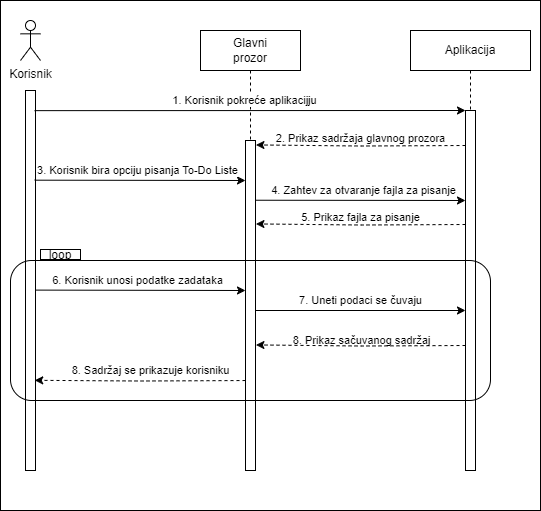
Before: documentation/specific documentation sections/toDoListDiagram.png, a diagram exported from draw.io (jelisavetagavrilovic/kOrganizify). Source tidied: cells renumbered, new cells last; positions are measured from the earlier drawing's top-left corner, leaving out a move shared by most shapes.
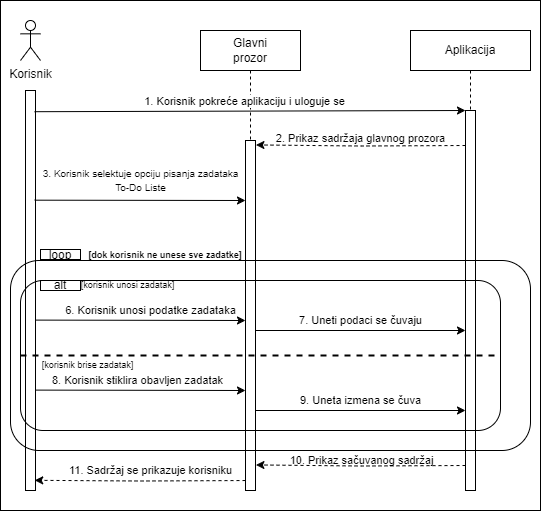
After the change.

Diff of the diagram source:
```diff
@@ -2,21 +2,18 @@
   <root>
     <mxCell id="0" />
     <mxCell id="1" parent="0" />
-    <mxCell id="2" style="rounded=0;whiteSpace=wrap;html=1;fillColor=default;" parent="1" vertex="1">
+    <mxCell id="2" style="rounded=0;whiteSpace=wrap;html=1;fillColor=none;" parent="1" vertex="1">
       <mxGeometry width="540" height="510" as="geometry" />
     </mxCell>
     <mxCell id="3" style="rounded=0;whiteSpace=wrap;html=1;" parent="1" vertex="1">
-      <mxGeometry x="25" y="90" width="10" height="380" as="geometry" />
+      <mxGeometry x="25" y="90" width="10" height="400" as="geometry" />
     </mxCell>
     <mxCell id="4" style="rounded=0;whiteSpace=wrap;html=1;" parent="1" vertex="1">
-      <mxGeometry x="245" y="140" width="10" height="330" as="geometry" />
+      <mxGeometry x="245" y="140" width="10" height="350" as="geometry" />
     </mxCell>
     <mxCell id="5" style="rounded=0;whiteSpace=wrap;html=1;" parent="1" vertex="1">
-      <mxGeometry x="465" y="110" width="10" height="360" as="geometry" />
+      <mxGeometry x="465" y="110" width="10" height="380" as="geometry" />
     </mxCell>
-    <mxCell id="6" style="rounded=1;whiteSpace=wrap;html=1;align=center;labelPosition=center;verticalLabelPosition=middle;verticalAlign=middle;fillColor=none;" parent="1" vertex="1">
-      <mxGeometry x="10" y="260" width="480" height="140" as="geometry" />
-    </mxCell>
     <mxCell id="7" value="Korisnik&lt;br&gt;" style="shape=umlActor;verticalLabelPosition=bottom;verticalAlign=top;html=1;" parent="1" vertex="1">
       <mxGeometry x="20" y="20" width="20" height="40" as="geometry" />
     </mxCell>
@@ -32,8 +29,8 @@
     <mxCell id="11" value="Aplikacija" style="rounded=0;whiteSpace=wrap;html=1;" parent="1" vertex="1">
       <mxGeometry x="410" y="30" width="120" height="40" as="geometry" />
     </mxCell>
-    <mxCell id="12" value="1. Korisnik pokreće aplikacijju" style="endArrow=classic;html=1;rounded=0;entryX=0;entryY=0;entryDx=0;entryDy=0;exitX=0.906;exitY=0.053;exitDx=0;exitDy=0;exitPerimeter=0;" parent="1" edge="1" source="3" target="5">
-      <mxGeometry x="-0.02" y="10" relative="1" as="geometry" />
+    <mxCell id="12" value="1. Korisnik pokreće aplikaciju i uloguje se" style="endArrow=classic;html=1;rounded=0;entryX=0;entryY=0;entryDx=0;entryDy=0;exitX=0.906;exitY=0.053;exitDx=0;exitDy=0;exitPerimeter=0;" parent="1" edge="1" source="3" target="5">
+      <mxGeometry x="-0.03" y="10" relative="1" as="geometry" />
     </mxCell>
     <mxCell id="13" value="&lt;br&gt;&lt;span style=&quot;color: rgb(0, 0, 0); font-family: Helvetica; font-size: 11px; font-style: normal; font-variant-ligatures: normal; font-variant-caps: normal; font-weight: 400; letter-spacing: normal; orphans: 2; text-align: center; text-indent: 0px; text-transform: none; widows: 2; word-spacing: 0px; -webkit-text-stroke-width: 0px; text-decoration-thickness: initial; text-decoration-style: initial; text-decoration-color: initial; float: none; display: inline !important;&quot;&gt;2. Prikaz sadržaja glavnog prozora&lt;/span&gt;" style="edgeStyle=orthogonalEdgeStyle;rounded=0;orthogonalLoop=1;jettySize=auto;html=1;exitX=0;exitY=0.25;exitDx=0;exitDy=0;entryX=1.043;entryY=0.314;entryDx=0;entryDy=0;entryPerimeter=0;dashed=1;labelBackgroundColor=none;verticalAlign=middle;" parent="1" edge="1">
       <mxGeometry x="0.01" y="-14" relative="1" as="geometry">
@@ -41,28 +38,22 @@
         <mxPoint x="255.4" y="144.4" as="targetPoint" />
       </mxGeometry>
     </mxCell>
-    <mxCell id="14" value="6. Korisnik unosi podatke zadataka" style="endArrow=classic;html=1;rounded=0;entryX=0;entryY=0;entryDx=0;entryDy=0;exitX=1.011;exitY=0.42;exitDx=0;exitDy=0;exitPerimeter=0;" parent="1" edge="1">
-      <mxGeometry x="-0.02" y="10" relative="1" as="geometry">
-        <mxPoint x="35.1" y="289.6" as="sourcePoint" />
-        <mxPoint x="245" y="290" as="targetPoint" />
-      </mxGeometry>
-    </mxCell>
     <mxCell id="15" value="7. Uneti podaci se čuvaju" style="edgeStyle=orthogonalEdgeStyle;rounded=0;orthogonalLoop=1;jettySize=auto;html=1;entryX=0;entryY=0.5;entryDx=0;entryDy=0;align=center;labelPosition=center;verticalLabelPosition=middle;verticalAlign=middle;spacing=2;" parent="1" edge="1">
       <mxGeometry y="10" relative="1" as="geometry">
-        <mxPoint x="255" y="310" as="sourcePoint" />
-        <mxPoint x="465" y="310" as="targetPoint" />
+        <mxPoint x="255" y="330" as="sourcePoint" />
+        <mxPoint x="465" y="330" as="targetPoint" />
       </mxGeometry>
     </mxCell>
-    <mxCell id="16" value="&lt;span style=&quot;color: rgb(0, 0, 0); font-family: Helvetica; font-size: 11px; font-style: normal; font-variant-ligatures: normal; font-variant-caps: normal; font-weight: 400; letter-spacing: normal; orphans: 2; text-align: center; text-indent: 0px; text-transform: none; widows: 2; word-spacing: 0px; -webkit-text-stroke-width: 0px; text-decoration-thickness: initial; text-decoration-style: initial; text-decoration-color: initial; float: none; display: inline !important;&quot;&gt;8. Prikaz sačuvanog sadržaj&lt;/span&gt;" style="edgeStyle=orthogonalEdgeStyle;rounded=0;orthogonalLoop=1;jettySize=auto;html=1;exitX=0;exitY=0.25;exitDx=0;exitDy=0;entryX=1.043;entryY=0.314;entryDx=0;entryDy=0;entryPerimeter=0;dashed=1;labelBackgroundColor=none;verticalAlign=middle;" parent="1" edge="1">
+    <mxCell id="16" value="&lt;span style=&quot;color: rgb(0, 0, 0); font-family: Helvetica; font-size: 11px; font-style: normal; font-variant-ligatures: normal; font-variant-caps: normal; font-weight: 400; letter-spacing: normal; orphans: 2; text-align: center; text-indent: 0px; text-transform: none; widows: 2; word-spacing: 0px; -webkit-text-stroke-width: 0px; text-decoration-thickness: initial; text-decoration-style: initial; text-decoration-color: initial; float: none; display: inline !important;&quot;&gt;10. Prikaz sačuvanog sadržaj&lt;/span&gt;" style="edgeStyle=orthogonalEdgeStyle;rounded=0;orthogonalLoop=1;jettySize=auto;html=1;exitX=0;exitY=0.25;exitDx=0;exitDy=0;entryX=1.043;entryY=0.314;entryDx=0;entryDy=0;entryPerimeter=0;dashed=1;labelBackgroundColor=none;verticalAlign=middle;" parent="1" edge="1">
       <mxGeometry y="-5" relative="1" as="geometry">
-        <mxPoint x="465" y="345" as="sourcePoint" />
-        <mxPoint x="255.4" y="344.4" as="targetPoint" />
+        <mxPoint x="465" y="465" as="sourcePoint" />
+        <mxPoint x="255.4" y="464.4" as="targetPoint" />
       </mxGeometry>
     </mxCell>
-    <mxCell id="17" value="8. Sadržaj se prikazuje korisniku" style="edgeStyle=orthogonalEdgeStyle;rounded=0;orthogonalLoop=1;jettySize=auto;html=1;entryX=0.922;entryY=0.789;entryDx=0;entryDy=0;entryPerimeter=0;dashed=1;verticalAlign=middle;" parent="1" edge="1">
+    <mxCell id="17" value="11. Sadržaj se prikazuje korisniku" style="edgeStyle=orthogonalEdgeStyle;rounded=0;orthogonalLoop=1;jettySize=auto;html=1;entryX=0.922;entryY=0.789;entryDx=0;entryDy=0;entryPerimeter=0;dashed=1;verticalAlign=middle;" parent="1" edge="1">
       <mxGeometry x="-0.1" y="-10" relative="1" as="geometry">
-        <mxPoint x="245" y="380" as="sourcePoint" />
-        <mxPoint x="34.2" y="379.8" as="targetPoint" />
+        <mxPoint x="245" y="480" as="sourcePoint" />
+        <mxPoint x="34.2" y="479.8" as="targetPoint" />
       </mxGeometry>
     </mxCell>
     <mxCell id="18" value="loop" style="text;html=1;strokeColor=none;fillColor=none;align=center;verticalAlign=middle;whiteSpace=wrap;rounded=0;" parent="1" vertex="1">
@@ -71,21 +62,53 @@
     <mxCell id="19" style="rounded=0;whiteSpace=wrap;html=1;fillColor=none;" parent="1" vertex="1">
       <mxGeometry x="40" y="249" width="40" height="10" as="geometry" />
     </mxCell>
-    <mxCell id="20" value="3. Korisnik bira opciju pisanja To-Do Liste" style="endArrow=classic;html=1;rounded=0;entryX=0;entryY=0;entryDx=0;entryDy=0;exitX=0.922;exitY=0.236;exitDx=0;exitDy=0;exitPerimeter=0;" parent="1" edge="1" source="3">
-      <mxGeometry x="-0.02" y="10" relative="1" as="geometry">
-        <mxPoint x="245" y="180" as="targetPoint" />
+    <mxCell id="20" value="&lt;font style=&quot;font-size: 10px;&quot;&gt;3. Korisnik selektuje opciju pisanja zadataka&lt;br&gt;To-Do Liste&lt;/font&gt;" style="endArrow=classic;html=1;rounded=0;entryX=0;entryY=0;entryDx=0;entryDy=0;exitX=0.922;exitY=0.236;exitDx=0;exitDy=0;exitPerimeter=0;" parent="1" edge="1">
+      <mxGeometry x="0.01" y="20" relative="1" as="geometry">
+        <mxPoint x="34.2" y="199.7" as="sourcePoint" />
+        <mxPoint x="245" y="200" as="targetPoint" />
       </mxGeometry>
     </mxCell>
-    <mxCell id="21" value="&lt;br&gt;&lt;span style=&quot;color: rgb(0, 0, 0); font-family: Helvetica; font-size: 11px; font-style: normal; font-variant-ligatures: normal; font-variant-caps: normal; font-weight: 400; letter-spacing: normal; orphans: 2; text-align: center; text-indent: 0px; text-transform: none; widows: 2; word-spacing: 0px; -webkit-text-stroke-width: 0px; text-decoration-thickness: initial; text-decoration-style: initial; text-decoration-color: initial; float: none; display: inline !important;&quot;&gt;5. Prikaz fajla za pisanje&lt;/span&gt;" style="edgeStyle=orthogonalEdgeStyle;rounded=0;orthogonalLoop=1;jettySize=auto;html=1;exitX=0;exitY=0.25;exitDx=0;exitDy=0;entryX=1.043;entryY=0.314;entryDx=0;entryDy=0;entryPerimeter=0;dashed=1;labelBackgroundColor=none;verticalAlign=middle;" parent="1" edge="1">
-      <mxGeometry x="0.01" y="-14" relative="1" as="geometry">
-        <mxPoint x="465" y="224" as="sourcePoint" />
-        <mxPoint x="255.4" y="223.4" as="targetPoint" />
-      </mxGeometry>
-    </mxCell>
-    <mxCell id="22" value="4. Zahtev za otvaranje fajla za pisanje" style="endArrow=classic;html=1;rounded=0;entryX=0;entryY=0;entryDx=0;entryDy=0;exitX=0.967;exitY=0.181;exitDx=0;exitDy=0;exitPerimeter=0;" parent="1" edge="1" source="4">
-      <mxGeometry x="0.02" y="10" relative="1" as="geometry">
-        <mxPoint x="465" y="200" as="targetPoint" />
-      </mxGeometry>
-    </mxCell>
+    <mxCell id="23" value="[dok korisnik ne unese sve zadatke]" style="text;html=1;strokeColor=none;fillColor=none;align=center;verticalAlign=middle;whiteSpace=wrap;rounded=0;fontStyle=1;fontSize=9;" parent="1" vertex="1">
+      <mxGeometry x="80" y="250" width="170" height="9" as="geometry" />
+    </mxCell>
+    <mxCell id="24" style="rounded=0;whiteSpace=wrap;html=1;fillColor=none;" parent="1" vertex="1">
+      <mxGeometry x="40" y="280" width="40" height="10" as="geometry" />
+    </mxCell>
+    <mxCell id="25" value="8. Korisnik stiklira obavljen zadatak" style="endArrow=classic;html=1;rounded=0;entryX=0;entryY=0;entryDx=0;entryDy=0;exitX=1.011;exitY=0.42;exitDx=0;exitDy=0;exitPerimeter=0;" parent="1" edge="1">
+      <mxGeometry x="-0.03" y="10" relative="1" as="geometry">
+        <mxPoint x="35.1" y="389.6" as="sourcePoint" />
+        <mxPoint x="245" y="390" as="targetPoint" />
+      </mxGeometry>
+    </mxCell>
+    <mxCell id="26" value="9. Uneta izmena se čuva" style="edgeStyle=orthogonalEdgeStyle;rounded=0;orthogonalLoop=1;jettySize=auto;html=1;entryX=0;entryY=0.5;entryDx=0;entryDy=0;align=center;labelPosition=center;verticalLabelPosition=middle;verticalAlign=middle;spacing=2;" parent="1" edge="1">
+      <mxGeometry y="10" relative="1" as="geometry">
+        <mxPoint x="255" y="410" as="sourcePoint" />
+        <mxPoint x="465" y="410" as="targetPoint" />
+      </mxGeometry>
+    </mxCell>
+    <mxCell id="27" value="alt" style="text;html=1;strokeColor=none;fillColor=none;align=center;verticalAlign=middle;whiteSpace=wrap;rounded=0;" parent="1" vertex="1">
+      <mxGeometry x="30" y="270" width="60" height="30" as="geometry" />
+    </mxCell>
+    <mxCell id="28" value="[korisnik unosi zadatak]" style="text;html=1;strokeColor=none;fillColor=none;align=center;verticalAlign=middle;whiteSpace=wrap;rounded=0;fontSize=9;" parent="1" vertex="1">
+      <mxGeometry x="75" y="280" width="105" height="10" as="geometry" />
+    </mxCell>
+    <mxCell id="14" value="6. Korisnik unosi podatke zadataka" style="endArrow=classic;html=1;rounded=0;entryX=0;entryY=0;entryDx=0;entryDy=0;exitX=1.011;exitY=0.42;exitDx=0;exitDy=0;exitPerimeter=0;" parent="1" edge="1">
+      <mxGeometry x="0.09" y="10" relative="1" as="geometry">
+        <mxPoint x="35.1" y="319.6" as="sourcePoint" />
+        <mxPoint x="245" y="320" as="targetPoint" />
+      </mxGeometry>
+    </mxCell>
+    <mxCell id="29" style="endArrow=none;dashed=1;html=1;rounded=0;exitX=0;exitY=0.5;exitDx=0;exitDy=0;entryX=1;entryY=0.5;entryDx=0;entryDy=0;strokeWidth=2;" parent="1" edge="1" source="31" target="31">
+      <mxGeometry relative="1" as="geometry" />
+    </mxCell>
+    <mxCell id="30" value="[korisnik brise zadatak]" style="text;html=1;strokeColor=none;fillColor=none;align=center;verticalAlign=middle;whiteSpace=wrap;rounded=0;fontSize=9;" parent="1" vertex="1">
+      <mxGeometry x="35" y="360" width="105" height="10" as="geometry" />
+    </mxCell>
+    <mxCell id="31" style="rounded=1;whiteSpace=wrap;html=1;fillColor=none;" parent="1" vertex="1">
+      <mxGeometry x="20" y="280" width="480" height="150" as="geometry" />
+    </mxCell>
+    <mxCell id="6" style="rounded=1;whiteSpace=wrap;html=1;align=center;labelPosition=center;verticalLabelPosition=middle;verticalAlign=middle;fillColor=none;" parent="1" vertex="1">
+      <mxGeometry x="10" y="260" width="520" height="190" as="geometry" />
+    </mxCell>
   </root>
 </mxGraphModel>
```
